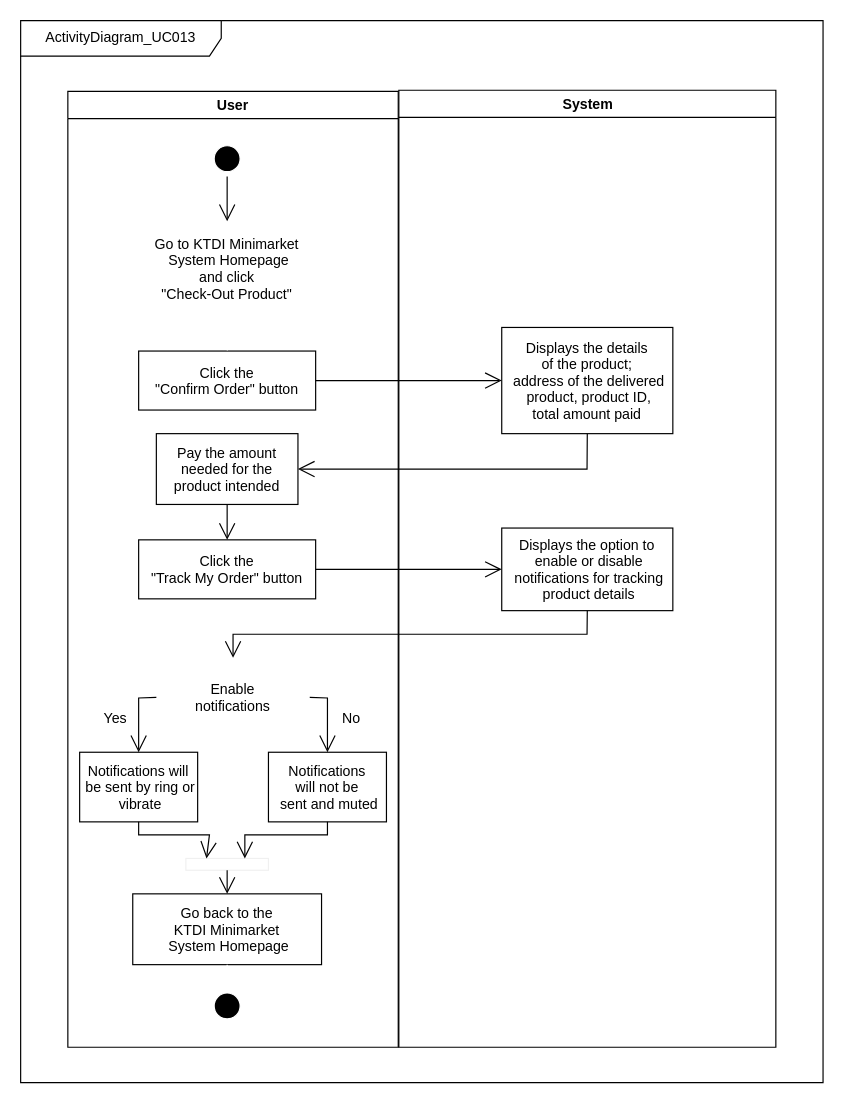
drshahizan/software-engineering keeps this draw.io diagram as proposal/submission/sec02/Allen/UC013/UC013_ActivityDiagram.drawio. Above is the earlier version. Source tidied: cells renumbered, new cells numbered last; positions are measured from the earlier drawing's top-left corner, leaving out a move shared by most shapes. Both pictures are drawn from the tidied source at 118%, with x=0, y=0 at pixel (20, 20).
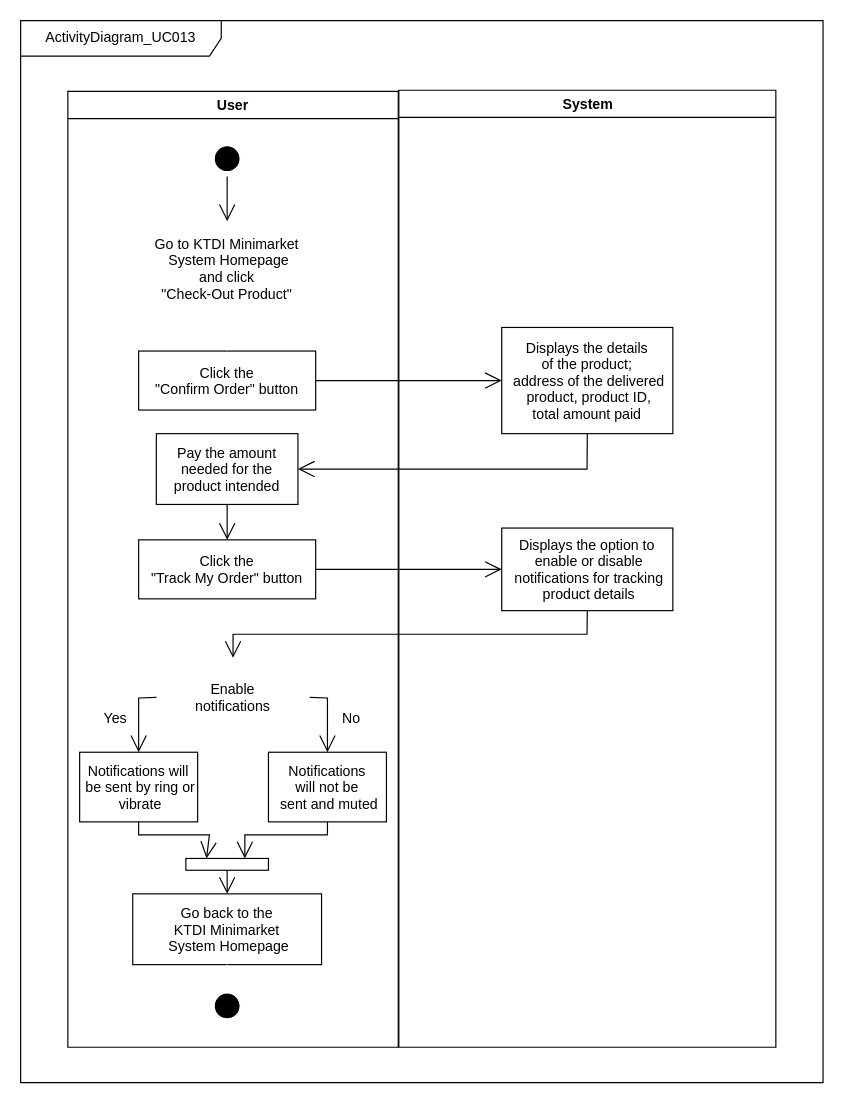
Above is the later version.

Commit message (it also covers changes not shown here):
Update sequence diagram

Unchanged cells that the change refers to:
```xml
<mxCell id="3" value="User" style="swimlane;whiteSpace=wrap;" parent="1" vertex="1">
  <mxGeometry x="40" y="60" width="280" height="810" as="geometry" />
</mxCell>
```

The edit, as a diff of the source:
```diff
@@
-    <mxCell id="20" style="html=1;points=[];perimeter=orthogonalPerimeter;outlineConnect=0;targetShapes=umlLifeline;portConstraint=eastwest;newEdgeStyle={&quot;edgeStyle&quot;:&quot;elbowEdgeStyle&quot;,&quot;elbow&quot;:&quot;vertical&quot;,&quot;curved&quot;:0,&quot;rounded&quot;:0};direction=south;strokeColor=#F0F0F0;fillColor=#FFFFFF;" parent="3" vertex="1">
+    <mxCell id="20" style="html=1;points=[];perimeter=orthogonalPerimeter;outlineConnect=0;targetShapes=umlLifeline;portConstraint=eastwest;newEdgeStyle={&quot;edgeStyle&quot;:&quot;elbowEdgeStyle&quot;,&quot;elbow&quot;:&quot;vertical&quot;,&quot;curved&quot;:0,&quot;rounded&quot;:0};direction=south;strokeColor=#000000;fillColor=#FFFFFF;" parent="3" vertex="1">
       <mxGeometry x="100" y="650" width="70" height="10" as="geometry" />
     </mxCell>
```
